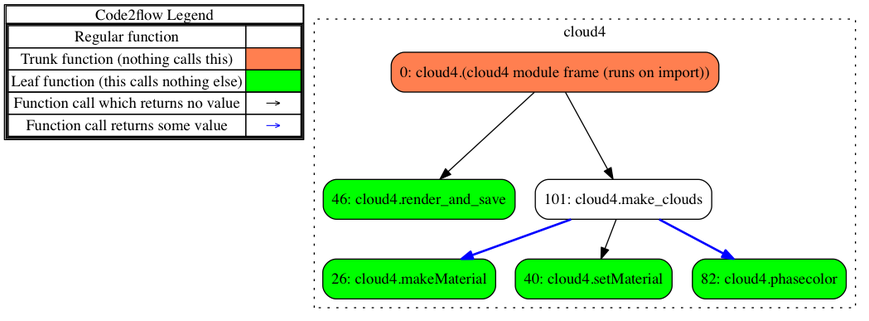
Above: out.png in JohnPhamous/JPL2016 (Graphviz), before the change. Its source is kept beside it as out.gv.
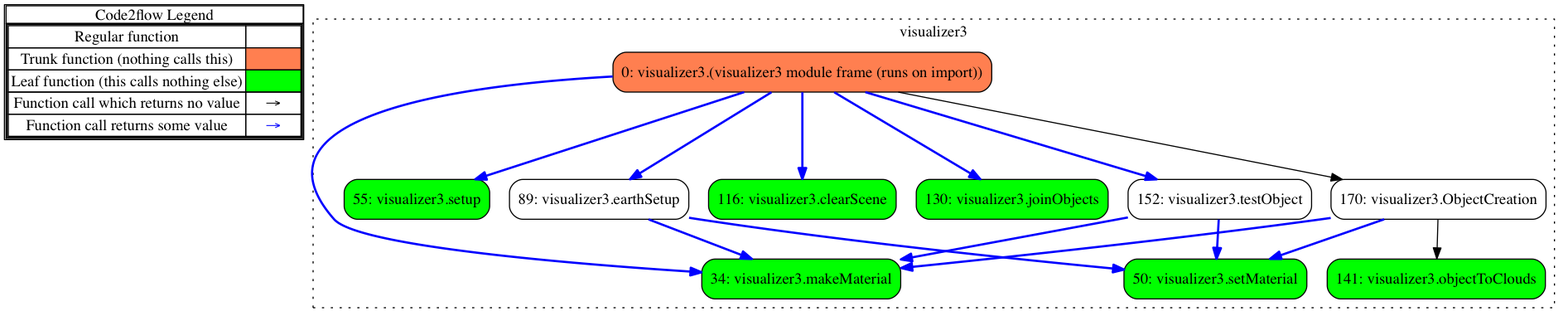
The same diagram one commit later.

Diff of the diagram source:
```diff
@@ -12,20 +12,33 @@
 				<tr><td>Function call which returns no value</td><td>&#8594;</td></tr>
 				<tr><td>Function call returns some value</td><td><font color='blue'>&#8594;</font></td></tr>
 				</table></td></tr></table>
-				>];}node1 [splines=ortho shape = "rect" style = "rounded,filled" fillcolor = "green" label = "26: cloud4.makeMaterial" ];
-node2 [splines=ortho shape = "rect" style = "rounded,filled" fillcolor = "green" label = "40: cloud4.setMaterial" ];
-node3 [splines=ortho shape = "rect" style = "rounded,filled" fillcolor = "green" label = "46: cloud4.render_and_save" ];
-node4 [splines=ortho shape = "rect" style = "rounded,filled" fillcolor = "green" label = "82: cloud4.phasecolor" ];
-node5 [splines=ortho shape = "rect" style = "rounded" label = "101: cloud4.make_clouds" ];
-node6 [splines=ortho shape = "rect" style = "rounded,filled" fillcolor = "coral" label = "0: cloud4.(cloud4 module frame (runs on import))" ];
-node5 -> node1 [color="blue" penwidth="2"];
-node5 -> node2;
-node5 -> node4 [color="blue" penwidth="2"];
-node6 -> node3;
-node6 -> node5;
-subgraph clustercloud40{
-node1 node2 node3 node4 node5 node6 ;
-label="cloud4";
+				>];}node1 [splines=ortho shape = "rect" style = "rounded,filled" fillcolor = "green" label = "34: visualizer3.makeMaterial" ];
+node2 [splines=ortho shape = "rect" style = "rounded,filled" fillcolor = "green" label = "50: visualizer3.setMaterial" ];
+node3 [splines=ortho shape = "rect" style = "rounded,filled" fillcolor = "green" label = "55: visualizer3.setup" ];
+node4 [splines=ortho shape = "rect" style = "rounded" label = "89: visualizer3.earthSetup" ];
+node5 [splines=ortho shape = "rect" style = "rounded,filled" fillcolor = "green" label = "116: visualizer3.clearScene" ];
+node7 [splines=ortho shape = "rect" style = "rounded,filled" fillcolor = "green" label = "130: visualizer3.joinObjects" ];
+node8 [splines=ortho shape = "rect" style = "rounded,filled" fillcolor = "green" label = "141: visualizer3.objectToClouds" ];
+node10 [splines=ortho shape = "rect" style = "rounded" label = "152: visualizer3.testObject" ];
+node11 [splines=ortho shape = "rect" style = "rounded" label = "170: visualizer3.ObjectCreation" ];
+node12 [splines=ortho shape = "rect" style = "rounded,filled" fillcolor = "coral" label = "0: visualizer3.(visualizer3 module frame (runs on import))" ];
+node4 -> node1 [color="blue" penwidth="2"];
+node4 -> node2 [color="blue" penwidth="2"];
+node10 -> node1 [color="blue" penwidth="2"];
+node10 -> node2 [color="blue" penwidth="2"];
+node11 -> node1 [color="blue" penwidth="2"];
+node11 -> node2 [color="blue" penwidth="2"];
+node11 -> node8;
+node12 -> node1 [color="blue" penwidth="2"];
+node12 -> node3 [color="blue" penwidth="2"];
+node12 -> node4 [color="blue" penwidth="2"];
+node12 -> node5 [color="blue" penwidth="2"];
+node12 -> node7 [color="blue" penwidth="2"];
+node12 -> node10 [color="blue" penwidth="2"];
+node12 -> node11;
+subgraph clustervisualizer30{
+node1 node2 node3 node4 node5 node7 node8 node10 node11 node12 ;
+label="visualizer3";
 style=filled;
 color=black;
 graph[style=dotted];
```
